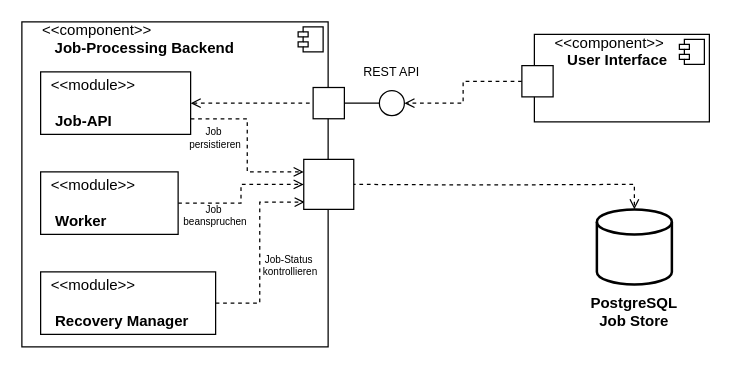
The draw.io diagram Paper/drawio/componentDiagram.drawio in murfei/FaultTolerantJobProcessing, before the edit. Source tidied: cells renumbered, new cells numbered last; positions are measured from the earlier drawing's top-left corner, leaving out a move shared by most shapes. Both pictures are drawn from the tidied source at 125%, with x=0, y=0 at pixel (21, 21).
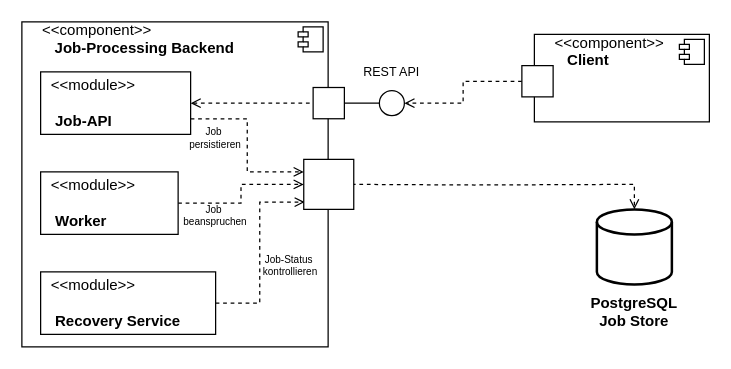
After the change.

Unchanged cells that the change refers to:
```xml
<mxCell id="12" style="group;" parent="1" vertex="1">
  <mxGeometry width="270" height="260" as="geometry" />
</mxCell>
```

What changed in the source:
```diff
@@
-    <mxCell id="2" value="&lt;div&gt;&amp;nbsp; &amp;nbsp; &amp;nbsp;&amp;lt;&amp;lt;component&amp;gt;&amp;gt;&lt;/div&gt;&lt;div&gt;&lt;span style=&quot;white-space: pre;&quot;&gt;&#9;&lt;b&gt;User Interface&lt;/b&gt;&lt;/span&gt;&lt;/div&gt;" style="align=left;overflow=fill;html=1;whiteSpace=wrap;" parent="1" vertex="1">
+    <mxCell id="2" value="&lt;div&gt;&amp;nbsp; &amp;nbsp; &amp;nbsp;&amp;lt;&amp;lt;component&amp;gt;&amp;gt;&lt;/div&gt;&lt;div&gt;&lt;span style=&quot;white-space: pre;&quot;&gt;&#9;&lt;b&gt;Client&lt;/b&gt;&lt;/span&gt;&lt;/div&gt;" style="align=left;overflow=fill;html=1;whiteSpace=wrap;" parent="1" vertex="1">
       <mxGeometry x="410" y="10" width="140" height="70" as="geometry" />
     </mxCell>
@@
-    <mxCell id="21" value="&lt;div align=&quot;left&quot;&gt;&amp;nbsp; &amp;lt;&amp;lt;module&amp;gt;&amp;gt;&lt;/div&gt;&lt;div align=&quot;left&quot;&gt;&lt;br&gt;&lt;/div&gt;&lt;div align=&quot;left&quot;&gt;&lt;b&gt;&amp;nbsp; &amp;nbsp;Recovery Manager&lt;/b&gt;&lt;/div&gt;" style="html=1;whiteSpace=wrap;align=left;" parent="12" vertex="1">
+    <mxCell id="21" value="&lt;div align=&quot;left&quot;&gt;&amp;nbsp; &amp;lt;&amp;lt;module&amp;gt;&amp;gt;&lt;/div&gt;&lt;div align=&quot;left&quot;&gt;&lt;br&gt;&lt;/div&gt;&lt;div align=&quot;left&quot;&gt;&lt;b&gt;&amp;nbsp; &amp;nbsp;Recovery Service&lt;/b&gt;&lt;/div&gt;" style="html=1;whiteSpace=wrap;align=left;" parent="12" vertex="1">
       <mxGeometry x="15" y="200" width="140" height="50" as="geometry" />
     </mxCell>
```
